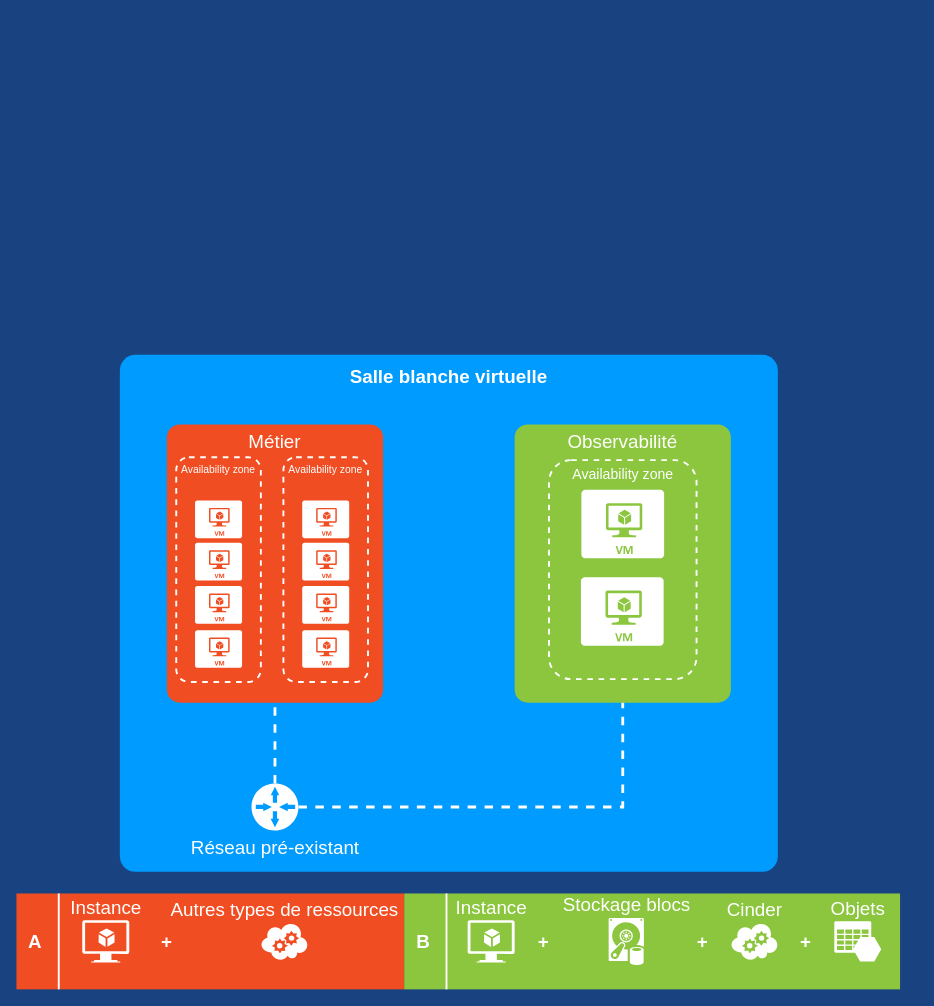
The draw.io diagram page "Placement dans un projet" (1 of 2) of docs/diagrammes.drawio in 139bercy/cloud-appliance-observability, before the edit. Source tidied: cells renumbered, new cells numbered last; positions are measured from the earlier drawing's top-left corner, leaving out a move shared by most shapes. Both pictures are drawn from the tidied source at 94%, with x=0, y=0 at pixel (16, 354).
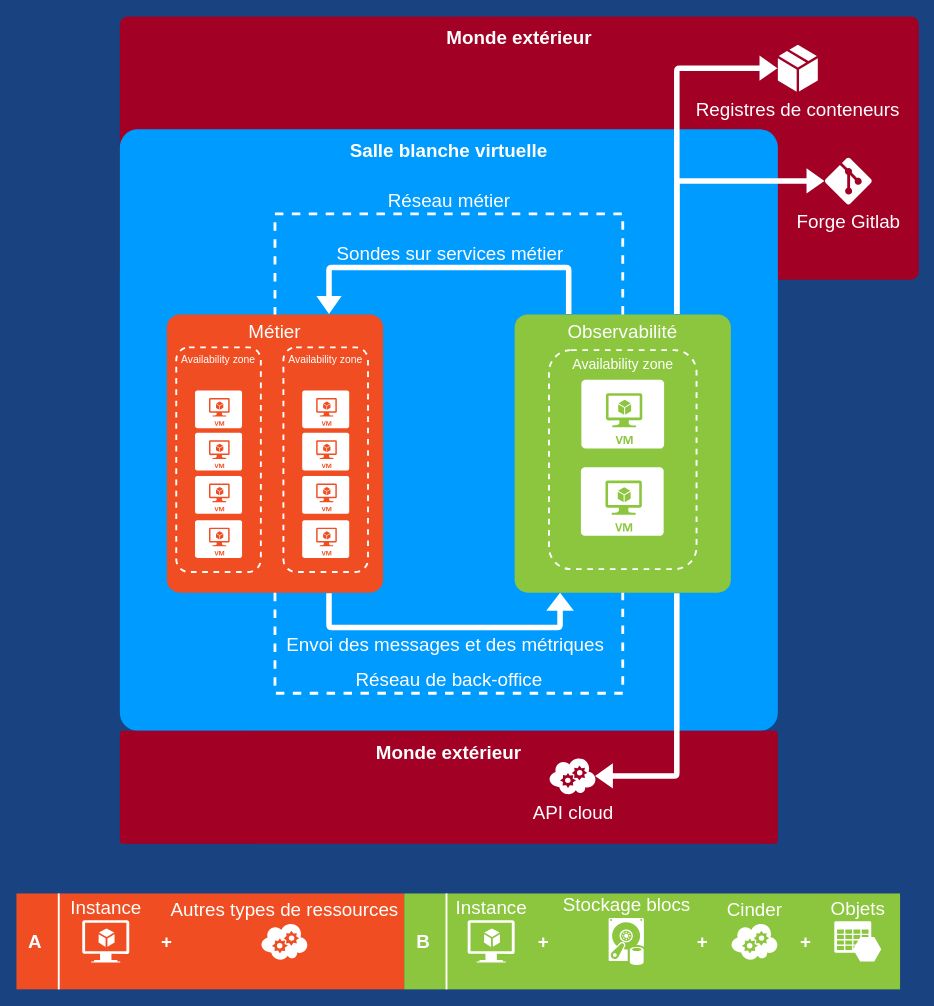
Above is the later version.

Diff of the diagram source:
```diff
@@
+    <mxCell id="37" value="Monde extérieur" style="whiteSpace=wrap;html=1;rounded=1;shadow=0;strokeColor=none;strokeWidth=2;fillColor=#a20025;fontSize=20;align=center;arcSize=3;verticalAlign=top;spacingTop=4;fontStyle=1;fontColor=#ffffff;" parent="1" vertex="1">
+      <mxGeometry x="110" y="-360" width="850" height="280" as="geometry" />
+    </mxCell>
     <mxCell id="2" value="Salle blanche virtuelle" style="whiteSpace=wrap;html=1;rounded=1;shadow=0;strokeColor=none;strokeWidth=2;fillColor=#009BFF;fontSize=20;fontColor=#FFFFFF;align=center;arcSize=3;verticalAlign=top;spacingTop=4;fontStyle=1;" parent="1" vertex="1">
-      <mxGeometry x="110" width="700" height="550" as="geometry" />
+      <mxGeometry x="110" y="-240" width="700" height="640" as="geometry" />
     </mxCell>
     <mxCell id="3" value="Métier" style="rounded=1;whiteSpace=wrap;html=1;shadow=0;strokeWidth=2;fillColor=#F04D22;fontSize=20;fontColor=#FFFFFF;align=center;strokeColor=none;arcSize=6;verticalAlign=top;" parent="1" vertex="1">
-      <mxGeometry x="160" y="74" width="230" height="296" as="geometry" />
+      <mxGeometry x="160" y="-43" width="230" height="296" as="geometry" />
     </mxCell>
-    <mxCell id="4" value="Réseau pré-existant" style="shadow=0;dashed=0;html=1;strokeColor=none;shape=mxgraph.mscae.enterprise.gateway;fillColor=#FFFFFF;rounded=0;fontSize=20;fontColor=#FFFFFF;align=center;labelPosition=center;verticalLabelPosition=bottom;verticalAlign=top;direction=south;" parent="1" vertex="1">
-      <mxGeometry x="250" y="456" width="50" height="50" as="geometry" />
-    </mxCell>
@@
     <mxCell id="16" value="Availability zone" style="rounded=1;whiteSpace=wrap;html=1;shadow=0;strokeWidth=2;fillColor=none;fontSize=11;fontColor=#FFFFFF;align=center;strokeColor=#FFFFFF;dashed=1;verticalAlign=top;" parent="1" vertex="1">
-      <mxGeometry x="170" y="109" width="90" height="239" as="geometry" />
+      <mxGeometry x="170" y="-8" width="90" height="239" as="geometry" />
     </mxCell>
     <mxCell id="17" style="verticalLabelPosition=bottom;html=1;verticalAlign=top;strokeColor=none;fillColor=#FFFFFF;shape=mxgraph.azure.virtual_machine;rounded=1;shadow=0;fontSize=12;fontColor=#000000;align=center;" parent="1" vertex="1">
-      <mxGeometry x="190" y="155" width="50" height="40" as="geometry" />
+      <mxGeometry x="190" y="38" width="50" height="40" as="geometry" />
     </mxCell>
     <mxCell id="18" value="Observabilité" style="rounded=1;whiteSpace=wrap;html=1;shadow=0;strokeWidth=2;fillColor=#8BC63E;fontSize=20;align=center;strokeColor=none;arcSize=6;verticalAlign=top;fontColor=#ffffff;" parent="1" vertex="1">
-      <mxGeometry x="530" y="74" width="230" height="296" as="geometry" />
+      <mxGeometry x="530" y="-43" width="230" height="296" as="geometry" />
     </mxCell>
     <mxCell id="19" value="Availability zone" style="rounded=1;whiteSpace=wrap;html=1;shadow=0;strokeWidth=2;fillColor=none;fontSize=15;fontColor=#FFFFFF;align=center;strokeColor=#FFFFFF;dashed=1;verticalAlign=top;" parent="1" vertex="1">
-      <mxGeometry x="566.5" y="112" width="157" height="233" as="geometry" />
+      <mxGeometry x="566.5" y="-5" width="157" height="233" as="geometry" />
     </mxCell>
     <mxCell id="20" style="verticalLabelPosition=bottom;html=1;verticalAlign=top;strokeColor=none;fillColor=#FFFFFF;shape=mxgraph.azure.virtual_machine;rounded=1;shadow=0;fontSize=12;fontColor=#000000;align=center;" parent="1" vertex="1">
-      <mxGeometry x="601" y="143.5" width="88" height="73" as="geometry" />
+      <mxGeometry x="601" y="26.5" width="88" height="73" as="geometry" />
     </mxCell>
-    <mxCell id="21" style="edgeStyle=orthogonalEdgeStyle;html=1;startArrow=none;startFill=0;startSize=10;endArrow=none;endFill=0;endSize=10;strokeWidth=3;fontSize=11;fontColor=#FFFFFF;strokeColor=#FFFFFF;dashed=1;rounded=0;entryX=0.5;entryY=1;exitX=0.5;exitY=0;exitPerimeter=0;" parent="1" edge="1" source="4" target="18">
+    <mxCell id="21" value="Réseau de back-office" style="edgeStyle=orthogonalEdgeStyle;html=1;startArrow=none;startFill=0;startSize=10;endArrow=none;endFill=0;endSize=10;strokeWidth=3;fontSize=20;fontColor=#FFFFFF;strokeColor=#FFFFFF;dashed=1;rounded=0;entryX=0.5;entryY=1;exitX=0.5;exitY=1;exitDx=0;exitDy=0;labelBackgroundColor=none;labelPosition=center;verticalLabelPosition=top;align=center;verticalAlign=bottom;" parent="1" edge="1" source="3" target="18">
       <mxGeometry relative="1" as="geometry">
         <Array as="points">
-          <mxPoint x="645" y="481" />
+          <mxPoint x="275" y="360" />
+          <mxPoint x="645" y="360" />
         </Array>
       </mxGeometry>
     </mxCell>
-    <mxCell id="22" style="edgeStyle=orthogonalEdgeStyle;html=1;startArrow=none;startFill=0;startSize=10;endArrow=none;endFill=0;endSize=10;strokeWidth=3;fontSize=11;fontColor=#FFFFFF;strokeColor=#FFFFFF;dashed=1;rounded=0;entryX=0.5;entryY=1;exitX=0;exitY=0.5;exitPerimeter=0;exitDx=0;exitDy=0;" parent="1" edge="1" source="4" target="3">
-      <mxGeometry relative="1" as="geometry" />
-    </mxCell>
@@
     <mxCell id="27" style="verticalLabelPosition=bottom;html=1;verticalAlign=top;strokeColor=none;fillColor=#FFFFFF;shape=mxgraph.azure.virtual_machine;rounded=1;shadow=0;fontSize=12;fontColor=#000000;align=center;" parent="1" vertex="1">
-      <mxGeometry x="190" y="200" width="50" height="40" as="geometry" />
+      <mxGeometry x="190" y="83" width="50" height="40" as="geometry" />
     </mxCell>
     <mxCell id="28" style="verticalLabelPosition=bottom;html=1;verticalAlign=top;strokeColor=none;fillColor=#FFFFFF;shape=mxgraph.azure.virtual_machine;rounded=1;shadow=0;fontSize=12;fontColor=#000000;align=center;" parent="1" vertex="1">
-      <mxGeometry x="190" y="246" width="50" height="40" as="geometry" />
+      <mxGeometry x="190" y="129" width="50" height="40" as="geometry" />
     </mxCell>
     <mxCell id="29" style="verticalLabelPosition=bottom;html=1;verticalAlign=top;strokeColor=none;fillColor=#FFFFFF;shape=mxgraph.azure.virtual_machine;rounded=1;shadow=0;fontSize=12;fontColor=#000000;align=center;" parent="1" vertex="1">
-      <mxGeometry x="190" y="293" width="50" height="40" as="geometry" />
+      <mxGeometry x="190" y="176" width="50" height="40" as="geometry" />
     </mxCell>
@@
     <mxCell id="31" value="Availability zone" style="rounded=1;whiteSpace=wrap;html=1;shadow=0;strokeWidth=2;fillColor=none;fontSize=11;fontColor=#FFFFFF;align=center;strokeColor=#FFFFFF;dashed=1;verticalAlign=top;" parent="1" vertex="1">
-      <mxGeometry x="284" y="109" width="90" height="239" as="geometry" />
+      <mxGeometry x="284" y="-8" width="90" height="239" as="geometry" />
     </mxCell>
     <mxCell id="32" style="verticalLabelPosition=bottom;html=1;verticalAlign=top;strokeColor=none;fillColor=#FFFFFF;shape=mxgraph.azure.virtual_machine;rounded=1;shadow=0;fontSize=12;fontColor=#000000;align=center;" parent="1" vertex="1">
-      <mxGeometry x="304" y="155" width="50" height="40" as="geometry" />
+      <mxGeometry x="304" y="38" width="50" height="40" as="geometry" />
     </mxCell>
     <mxCell id="33" style="verticalLabelPosition=bottom;html=1;verticalAlign=top;strokeColor=none;fillColor=#FFFFFF;shape=mxgraph.azure.virtual_machine;rounded=1;shadow=0;fontSize=12;fontColor=#000000;align=center;" parent="1" vertex="1">
-      <mxGeometry x="304" y="200" width="50" height="40" as="geometry" />
+      <mxGeometry x="304" y="83" width="50" height="40" as="geometry" />
     </mxCell>
     <mxCell id="34" style="verticalLabelPosition=bottom;html=1;verticalAlign=top;strokeColor=none;fillColor=#FFFFFF;shape=mxgraph.azure.virtual_machine;rounded=1;shadow=0;fontSize=12;fontColor=#000000;align=center;" parent="1" vertex="1">
-      <mxGeometry x="304" y="246" width="50" height="40" as="geometry" />
+      <mxGeometry x="304" y="129" width="50" height="40" as="geometry" />
     </mxCell>
     <mxCell id="35" style="verticalLabelPosition=bottom;html=1;verticalAlign=top;strokeColor=none;fillColor=#FFFFFF;shape=mxgraph.azure.virtual_machine;rounded=1;shadow=0;fontSize=12;fontColor=#000000;align=center;" parent="1" vertex="1">
-      <mxGeometry x="304" y="293" width="50" height="40" as="geometry" />
+      <mxGeometry x="304" y="176" width="50" height="40" as="geometry" />
     </mxCell>
     <mxCell id="36" style="verticalLabelPosition=bottom;html=1;verticalAlign=top;strokeColor=none;fillColor=#FFFFFF;shape=mxgraph.azure.virtual_machine;rounded=1;shadow=0;fontSize=12;fontColor=#000000;align=center;" parent="1" vertex="1">
-      <mxGeometry x="600.5" y="236.5" width="88" height="73" as="geometry" />
+      <mxGeometry x="600.5" y="119.5" width="88" height="73" as="geometry" />
     </mxCell>
+    <mxCell id="38" value="Réseau métier" style="edgeStyle=orthogonalEdgeStyle;html=1;startArrow=none;startFill=0;startSize=10;endArrow=none;endFill=0;endSize=10;strokeWidth=3;fontSize=20;fontColor=#FFFFFF;strokeColor=#FFFFFF;dashed=1;rounded=0;entryX=0.5;entryY=0;exitX=0.5;exitY=0;exitDx=0;exitDy=0;entryDx=0;entryDy=0;labelBackgroundColor=none;labelPosition=center;verticalLabelPosition=top;align=center;verticalAlign=bottom;" parent="1" edge="1" source="18" target="3">
+      <mxGeometry relative="1" as="geometry">
+        <Array as="points">
+          <mxPoint x="645" y="-150" />
+          <mxPoint x="275" y="-150" />
+        </Array>
+      </mxGeometry>
+    </mxCell>
+    <mxCell id="39" value="Sondes sur services métier" style="shape=flexArrow;endArrow=none;html=1;fillColor=#ffffff;strokeColor=none;endWidth=22.491349480968857;endSize=3.2941176470588234;exitX=0.75;exitY=0;exitDx=0;exitDy=0;edgeStyle=orthogonalEdgeStyle;entryX=0.25;entryY=0;entryDx=0;entryDy=0;labelBackgroundColor=none;labelPosition=center;verticalLabelPosition=top;align=center;verticalAlign=bottom;fontSize=20;fontColor=#FFFFFF;width=5.882352941176471;startArrow=block;endFill=0;" parent="1" edge="1" source="3" target="18">
+      <mxGeometry relative="1" as="geometry">
+        <Array as="points">
+          <mxPoint x="333" y="-93" />
+          <mxPoint x="587" y="-93" />
+        </Array>
+      </mxGeometry>
+    </mxCell>
+    <mxCell id="40" value="Monde extérieur" style="whiteSpace=wrap;html=1;rounded=1;shadow=0;strokeColor=none;strokeWidth=2;fillColor=#a20025;fontSize=20;align=center;arcSize=3;verticalAlign=top;spacingTop=4;fontStyle=1;fontColor=#ffffff;" parent="1" vertex="1">
+      <mxGeometry x="110" y="400" width="700" height="120" as="geometry" />
+    </mxCell>
+    <mxCell id="41" value="API cloud" style="verticalLabelPosition=bottom;html=1;verticalAlign=top;align=center;shape=mxgraph.azure.cloud_service;fontSize=20;strokeColor=none;fontColor=#FFFFFF;" parent="1" vertex="1">
+      <mxGeometry x="566.5" y="428" width="50" height="40" as="geometry" />
+    </mxCell>
+    <mxCell id="42" value="Envoi des messages et des métriques" style="shape=flexArrow;endArrow=block;html=1;fillColor=#ffffff;strokeColor=none;endWidth=22.491349480968857;endSize=6;exitX=0.75;exitY=1;exitDx=0;exitDy=0;edgeStyle=orthogonalEdgeStyle;entryX=0.21;entryY=0.999;entryDx=0;entryDy=0;labelBackgroundColor=none;labelPosition=center;verticalLabelPosition=bottom;align=center;verticalAlign=top;fontSize=20;fontColor=#FFFFFF;width=5.882352941176471;startArrow=none;endFill=0;entryPerimeter=0;startFill=0;startSize=6;" parent="1" edge="1" source="3" target="18">
+      <mxGeometry relative="1" as="geometry">
+        <Array as="points">
+          <mxPoint x="332" y="290" />
+          <mxPoint x="578" y="290" />
+        </Array>
+      </mxGeometry>
+    </mxCell>
+    <mxCell id="43" style="shape=flexArrow;endArrow=none;html=1;fillColor=#ffffff;strokeColor=none;endWidth=22.491349480968857;endSize=3.2941176470588234;exitX=0.97;exitY=0.5;exitDx=0;exitDy=0;edgeStyle=orthogonalEdgeStyle;labelBackgroundColor=none;labelPosition=center;verticalLabelPosition=top;align=center;verticalAlign=bottom;fontSize=20;fontColor=#FFFFFF;width=5.882352941176471;startArrow=block;endFill=0;exitPerimeter=0;entryX=0.75;entryY=1;entryDx=0;entryDy=0;" parent="1" edge="1" source="41" target="18">
+      <mxGeometry relative="1" as="geometry">
+        <Array as="points">
+          <mxPoint x="703" y="448" />
+        </Array>
+      </mxGeometry>
+    </mxCell>
+    <mxCell id="44" value="Registres de conteneurs" style="verticalLabelPosition=bottom;html=1;verticalAlign=top;align=center;shape=mxgraph.azure.cloud_service_package_file;fontSize=20;strokeColor=none;fontColor=#FFFFFF;" parent="1" vertex="1">
+      <mxGeometry x="810" y="-330" width="42.5" height="50" as="geometry" />
+    </mxCell>
+    <mxCell id="45" value="Forge Gitlab" style="verticalLabelPosition=bottom;html=1;verticalAlign=top;align=center;shape=mxgraph.azure.git_repository;fontSize=20;strokeColor=none;fontColor=#FFFFFF;" parent="1" vertex="1">
+      <mxGeometry x="860" y="-210" width="50" height="50" as="geometry" />
+    </mxCell>
+    <mxCell id="46" style="shape=flexArrow;endArrow=none;html=1;fillColor=#ffffff;strokeColor=none;endWidth=22.491349480968857;endSize=3.2941176470588234;exitX=0;exitY=0.5;exitDx=0;exitDy=0;edgeStyle=orthogonalEdgeStyle;entryX=0.75;entryY=0;entryDx=0;entryDy=0;labelBackgroundColor=none;labelPosition=center;verticalLabelPosition=top;align=center;verticalAlign=bottom;fontSize=20;fontColor=#FFFFFF;width=5.882352941176471;startArrow=block;endFill=0;exitPerimeter=0;" parent="1" edge="1" source="44" target="18">
+      <mxGeometry relative="1" as="geometry">
+        <Array as="points">
+          <mxPoint x="703" y="-305" />
+        </Array>
+      </mxGeometry>
+    </mxCell>
+    <mxCell id="47" style="shape=flexArrow;endArrow=none;html=1;fillColor=#ffffff;strokeColor=none;endWidth=22.491349480968857;endSize=3.2941176470588234;exitX=0;exitY=0.5;exitDx=0;exitDy=0;edgeStyle=orthogonalEdgeStyle;entryX=0.75;entryY=0;entryDx=0;entryDy=0;labelBackgroundColor=none;labelPosition=center;verticalLabelPosition=top;align=center;verticalAlign=bottom;fontSize=20;fontColor=#FFFFFF;width=5.882352941176471;startArrow=block;endFill=0;exitPerimeter=0;" parent="1" edge="1" source="45" target="18">
+      <mxGeometry relative="1" as="geometry">
+        <Array as="points">
+          <mxPoint x="703" y="-185" />
+        </Array>
+      </mxGeometry>
+    </mxCell>
```
